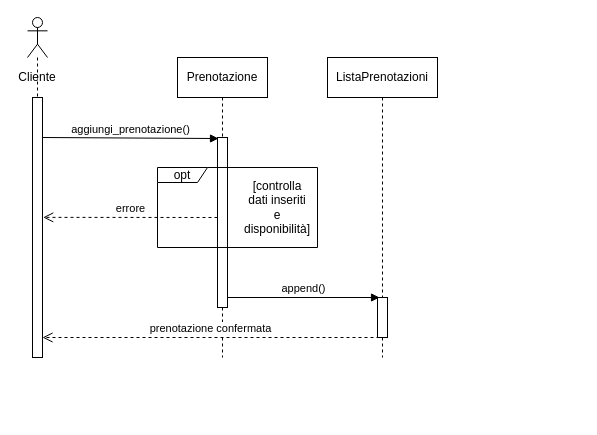
Before: Diagrammi_delle_sequenze/modificabili/diagramma_prenotazioni.drawio in fd-col/ProgettoIngegneriaDelSoftware, a draw.io diagram. Source tidied: cells renumbered, new cells numbered last; positions are measured from the earlier drawing's top-left corner, leaving out a move shared by most shapes. Both pictures are drawn from the tidied source at 100%, with x=0, y=0 at pixel (17, 17).
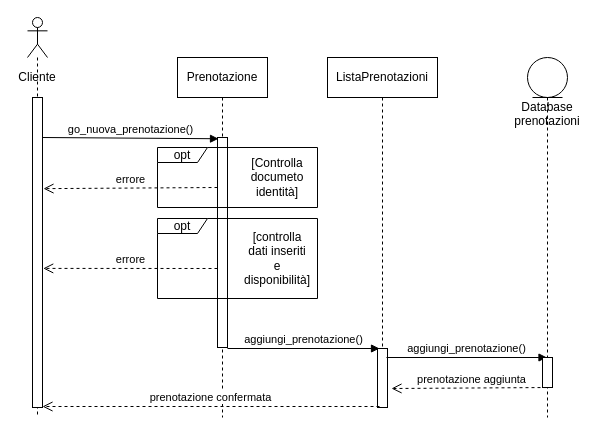
The same page after the edit.

The change refers to these unchanged cells:
```xml
<mxCell id="7" value="ListaPrenotazioni" style="shape=umlLifeline;perimeter=lifelinePerimeter;whiteSpace=wrap;html=1;outlineConnect=0;" parent="1" vertex="1">
  <mxGeometry x="310" y="40" width="110" height="300" as="geometry" />
</mxCell>
```

What changed in the source:
```diff
@@
     <mxCell id="2" style="shape=umlLifeline;participant=umlActor;perimeter=lifelinePerimeter;whiteSpace=wrap;html=1;verticalAlign=top;spacingTop=36;" parent="1" vertex="1">
-      <mxGeometry x="10" width="20" height="80" as="geometry" />
+      <mxGeometry x="10" width="20" height="400" as="geometry" />
     </mxCell>
@@
     <mxCell id="4" style="html=1;points=[];perimeter=orthogonalPerimeter;" parent="1" vertex="1">
-      <mxGeometry x="15" y="80" width="10" height="260" as="geometry" />
+      <mxGeometry x="15" y="80" width="10" height="310" as="geometry" />
     </mxCell>
     <mxCell id="5" value="Prenotazione" style="shape=umlLifeline;perimeter=lifelinePerimeter;whiteSpace=wrap;html=1;" parent="1" vertex="1">
-      <mxGeometry x="160" y="40" width="90" height="300" as="geometry" />
+      <mxGeometry x="160" y="40" width="90" height="360" as="geometry" />
     </mxCell>
-    <mxCell id="6" value="aggiungi_prenotazione()" style="html=1;verticalAlign=bottom;endArrow=block;entryX=0.1;entryY=0.006;entryDx=0;entryDy=0;entryPerimeter=0;" parent="1" edge="1" target="8">
+    <mxCell id="6" value="go_nuova_prenotazione()" style="html=1;verticalAlign=bottom;endArrow=block;entryX=0.1;entryY=0.006;entryDx=0;entryDy=0;entryPerimeter=0;" parent="1" edge="1" target="8">
       <mxGeometry relative="1" as="geometry">
         <mxPoint x="25" y="120" as="sourcePoint" />
       </mxGeometry>
     </mxCell>
@@
     <mxCell id="8" style="html=1;points=[];perimeter=orthogonalPerimeter;" parent="1" vertex="1">
-      <mxGeometry x="200" y="120" width="10" height="170" as="geometry" />
+      <mxGeometry x="200" y="120" width="10" height="210" as="geometry" />
     </mxCell>
-    <mxCell id="9" value="errore" style="html=1;verticalAlign=bottom;endArrow=open;dashed=1;endSize=8;entryX=1.071;entryY=0.461;entryDx=0;entryDy=0;entryPerimeter=0;" parent="1" edge="1" target="4">
+    <mxCell id="9" value="errore" style="html=1;verticalAlign=bottom;endArrow=open;dashed=1;endSize=8;entryX=1.071;entryY=0.461;entryDx=0;entryDy=0;entryPerimeter=0;" parent="1" edge="1">
       <mxGeometry relative="1" as="geometry">
-        <mxPoint x="200" y="200" as="sourcePoint" />
+        <mxPoint x="200" y="251" as="sourcePoint" />
+        <mxPoint x="25.7" y="250.9" as="targetPoint" />
       </mxGeometry>
     </mxCell>
     <mxCell id="10" value="opt" style="shape=umlFrame;whiteSpace=wrap;html=1;width=50;height=15;" parent="1" vertex="1">
-      <mxGeometry x="140" y="150" width="160" height="80" as="geometry" />
+      <mxGeometry x="140" y="201" width="160" height="80" as="geometry" />
     </mxCell>
     <mxCell id="11" value="&lt;div&gt;[controlla dati inseriti e disponibilità]&lt;/div&gt;" style="text;html=1;strokeColor=none;fillColor=none;align=center;verticalAlign=middle;whiteSpace=wrap;rounded=0;" parent="1" vertex="1">
-      <mxGeometry x="240" y="180" width="40" height="20" as="geometry" />
+      <mxGeometry x="240" y="231" width="40" height="20" as="geometry" />
     </mxCell>
-    <mxCell id="12" value="append()" style="html=1;verticalAlign=bottom;endArrow=block;entryX=0.473;entryY=0.8;entryDx=0;entryDy=0;entryPerimeter=0;" parent="1" edge="1" target="7">
+    <mxCell id="12" value="aggiungi_prenotazione()" style="html=1;verticalAlign=bottom;endArrow=block;entryX=0.473;entryY=0.8;entryDx=0;entryDy=0;entryPerimeter=0;" parent="1" edge="1">
       <mxGeometry relative="1" as="geometry">
-        <mxPoint x="210" y="280" as="sourcePoint" />
+        <mxPoint x="210" y="331" as="sourcePoint" />
+        <mxPoint x="362" y="331" as="targetPoint" />
       </mxGeometry>
     </mxCell>
     <mxCell id="13" style="html=1;points=[];perimeter=orthogonalPerimeter;" parent="1" vertex="1">
-      <mxGeometry x="360" y="280" width="10" height="40" as="geometry" />
+      <mxGeometry x="360" y="331" width="10" height="59" as="geometry" />
     </mxCell>
     <mxCell id="14" value="prenotazione confermata" style="html=1;verticalAlign=bottom;endArrow=open;dashed=1;endSize=8;" parent="1" edge="1">
       <mxGeometry relative="1" as="geometry">
-        <mxPoint x="362" y="320" as="sourcePoint" />
-        <mxPoint x="25" y="320" as="targetPoint" />
+        <mxPoint x="362" y="389" as="sourcePoint" />
+        <mxPoint x="25" y="389" as="targetPoint" />
       </mxGeometry>
     </mxCell>
+    <mxCell id="15" value="opt" style="shape=umlFrame;whiteSpace=wrap;html=1;width=50;height=15;" parent="1" vertex="1">
+      <mxGeometry x="140" y="130" width="160" height="60" as="geometry" />
+    </mxCell>
+    <mxCell id="16" value="[Controlla documeto identità]" style="text;html=1;strokeColor=none;fillColor=none;align=center;verticalAlign=middle;whiteSpace=wrap;rounded=0;" parent="1" vertex="1">
+      <mxGeometry x="240" y="150" width="40" height="20" as="geometry" />
+    </mxCell>
+    <mxCell id="17" value="errore" style="html=1;verticalAlign=bottom;endArrow=open;dashed=1;endSize=8;entryX=1.1;entryY=0.294;entryDx=0;entryDy=0;entryPerimeter=0;" parent="1" edge="1" target="4">
+      <mxGeometry relative="1" as="geometry">
+        <mxPoint x="200" y="170" as="sourcePoint" />
+      </mxGeometry>
+    </mxCell>
+    <mxCell id="18" value="Database&lt;br&gt;prenotazioni" style="shape=umlLifeline;participant=umlEntity;perimeter=lifelinePerimeter;whiteSpace=wrap;html=1;verticalAlign=top;spacingTop=36;outlineConnect=0;" parent="1" vertex="1">
+      <mxGeometry x="510" y="40" width="40" height="360" as="geometry" />
+    </mxCell>
+    <mxCell id="19" value="aggiungi_prenotazione()" style="html=1;verticalAlign=bottom;endArrow=block;" parent="1" edge="1" target="18">
+      <mxGeometry relative="1" as="geometry">
+        <mxPoint x="369" y="340" as="sourcePoint" />
+      </mxGeometry>
+    </mxCell>
+    <mxCell id="20" style="html=1;perimeter=orthogonalPerimeter;" parent="1" vertex="1">
+      <mxGeometry x="525" y="340" width="10" height="30" as="geometry" />
+    </mxCell>
+    <mxCell id="21" value="prenotazione aggiunta" style="html=1;verticalAlign=bottom;endArrow=open;dashed=1;endSize=8;entryX=1.4;entryY=0.678;entryDx=0;entryDy=0;entryPerimeter=0;" parent="1" edge="1" target="13">
+      <mxGeometry relative="1" as="geometry">
+        <mxPoint x="535" y="370" as="sourcePoint" />
+      </mxGeometry>
+    </mxCell>
```
